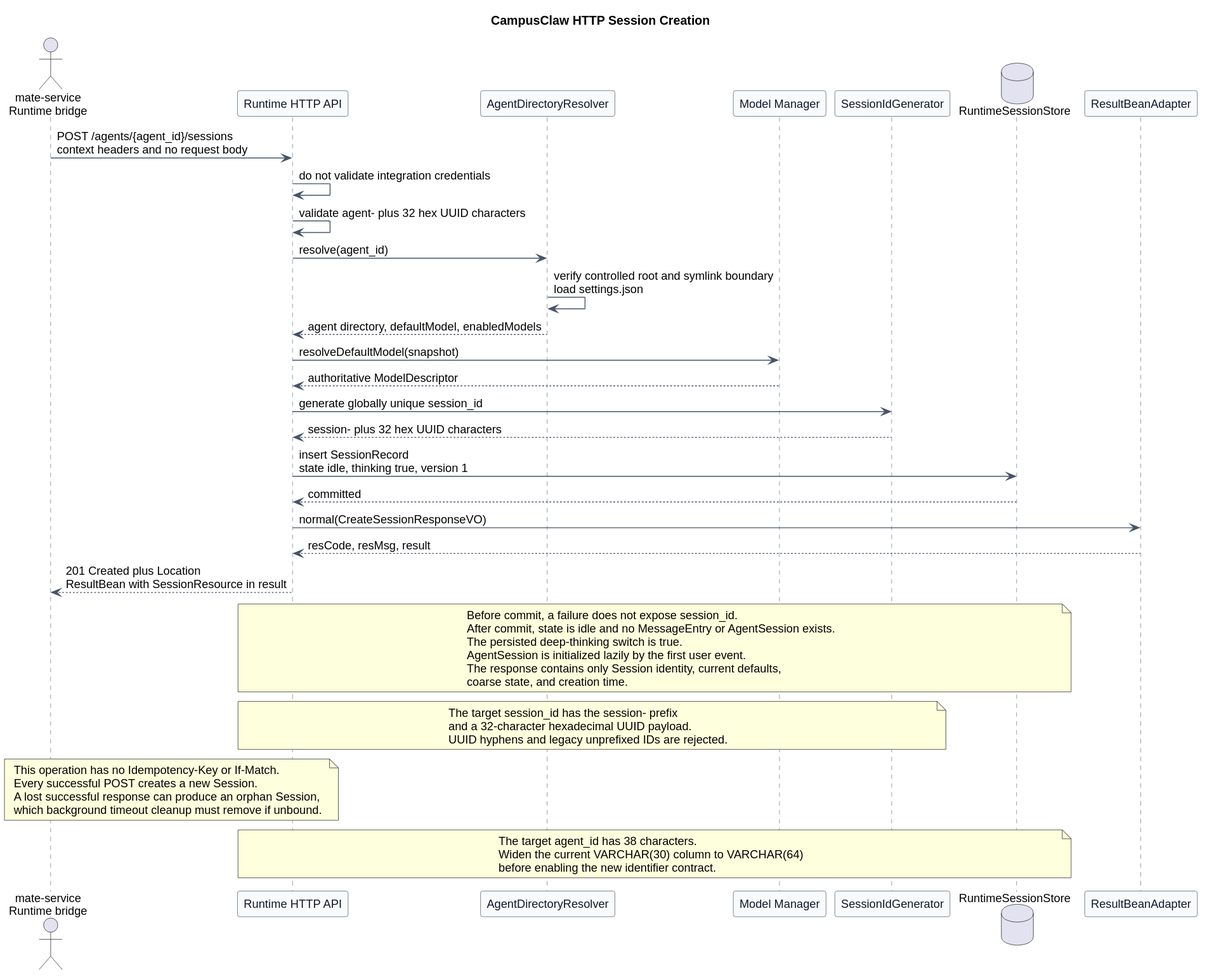
This is pi-mono-java-manager-driven-multi-agent-runtime/diagrams/session-lifecycle/http_session_creation.svg from ssm0808/pi-mono-java-design, a PlantUML export, as it was before one commit.
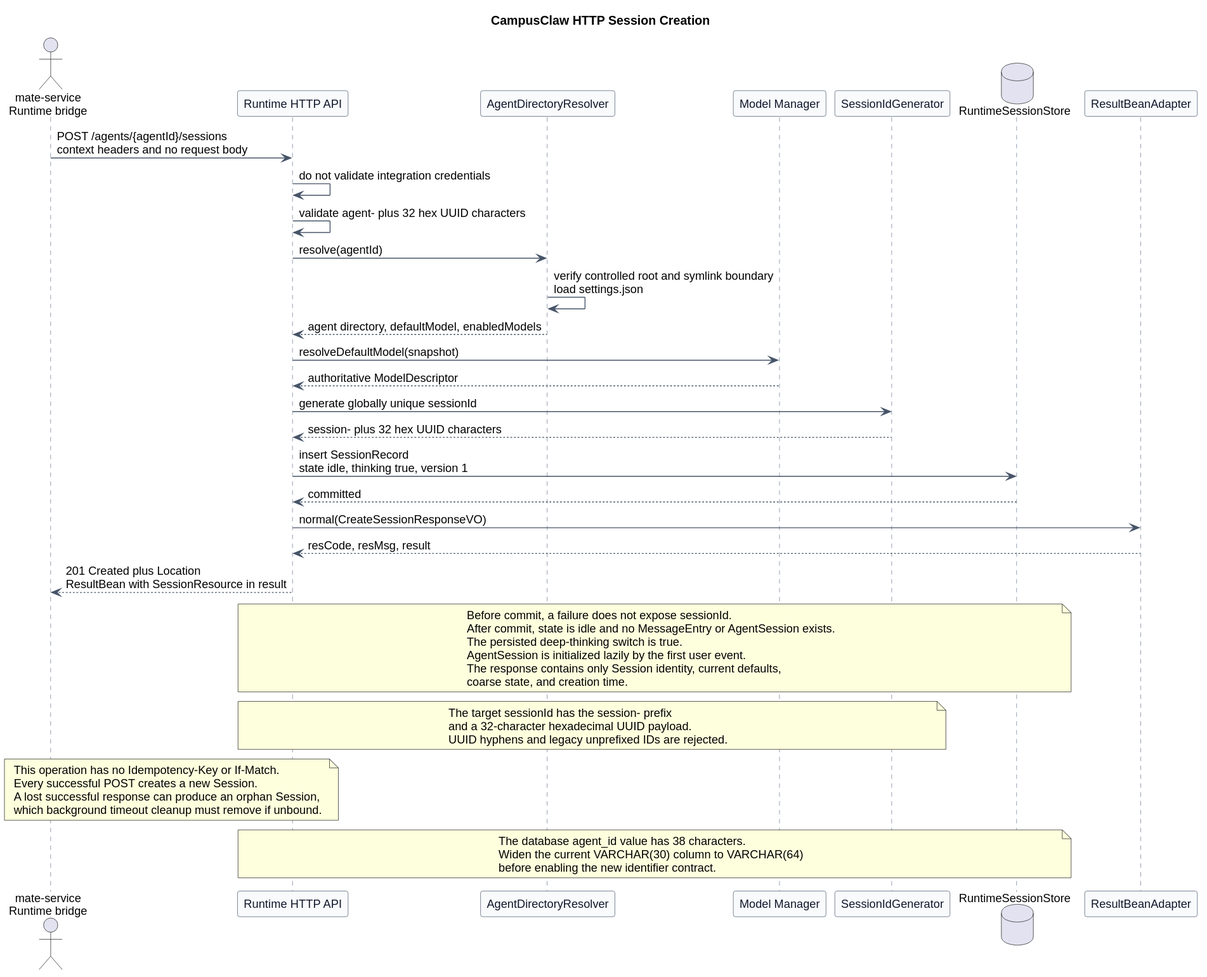
The same file after the commit.

Diff of the diagram source:
```diff
@@ -27,15 +27,15 @@
 database "RuntimeSessionStore" as Store
 participant "ResultBeanAdapter" as ResultAdapter
 
-Mate -> API : POST /agents/{agent_id}/sessions\ncontext headers and no request body
+Mate -> API : POST /agents/{agentId}/sessions\ncontext headers and no request body
 API -> API : do not validate integration credentials
 API -> API : validate agent- plus 32 hex UUID characters
-API -> Resolver : resolve(agent_id)
+API -> Resolver : resolve(agentId)
 Resolver -> Resolver : verify controlled root and symlink boundary\nload settings.json
 Resolver --> API : agent directory, defaultModel, enabledModels
 API -> Models : resolveDefaultModel(snapshot)
 Models --> API : authoritative ModelDescriptor
-API -> Ids : generate globally unique session_id
+API -> Ids : generate globally unique sessionId
 Ids --> API : session- plus 32 hex UUID characters
 API -> Store : insert SessionRecord\nstate idle, thinking true, version 1
 Store --> API : committed
@@ -44,7 +44,7 @@
 API --> Mate : 201 Created plus Location\nResultBean with SessionResource in result
 
 note over API,Store
-Before commit, a failure does not expose session_id.
+Before commit, a failure does not expose sessionId.
 After commit, state is idle and no MessageEntry or AgentSession exists.
 The persisted deep-thinking switch is true.
 AgentSession is initialized lazily by the first user event.
@@ -53,7 +53,7 @@
 end note
 
 note over API,Ids
-The target session_id has the session- prefix
+The target sessionId has the session- prefix
 and a 32-character hexadecimal UUID payload.
 UUID hyphens and legacy unprefixed IDs are rejected.
 end note
@@ -66,7 +66,7 @@
 end note
 
 note over API,Store
-The target agent_id has 38 characters.
+The database agent_id value has 38 characters.
 Widen the current VARCHAR(30) column to VARCHAR(64)
 before enabling the new identifier contract.
 end note
```
